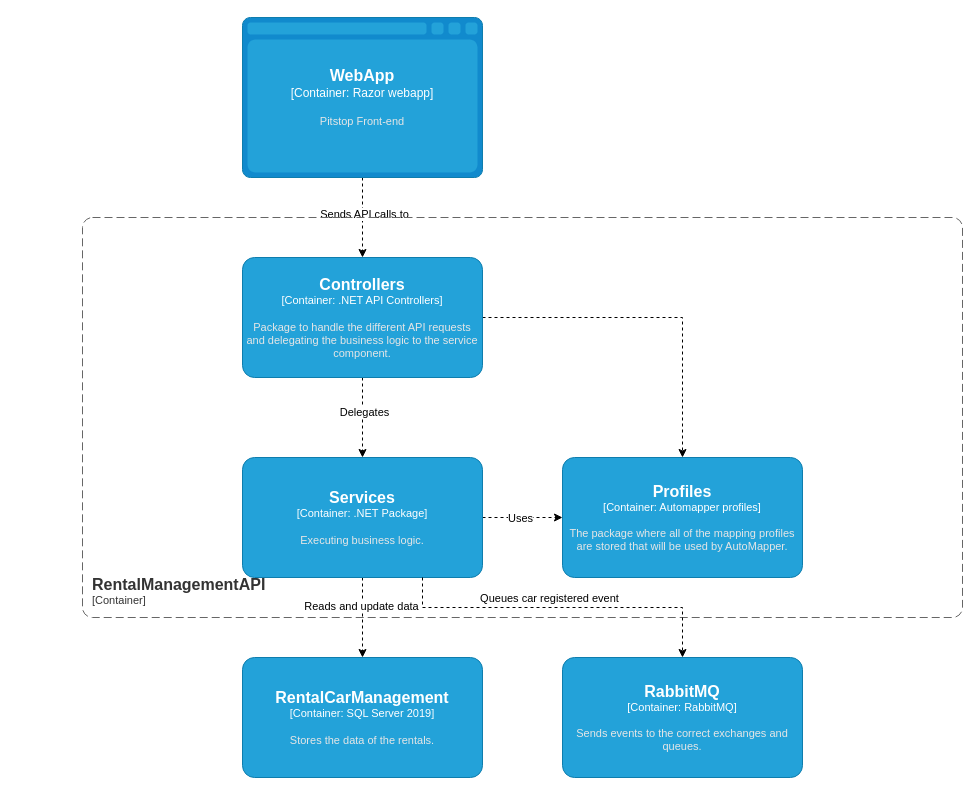
This is Docs/Models/Component diagram RentalCarManagementAPI.drawio from hanaim-devops/devops-bp-pitstop-uitbreiding-team-tbd, a draw.io file, before an edit. Source tidied: cells renumbered, new cells numbered last; positions are measured from the earlier drawing's top-left corner, leaving out a move shared by most shapes. Both pictures are drawn from the tidied source at 100%, with x=0, y=0 at pixel (82, 17).
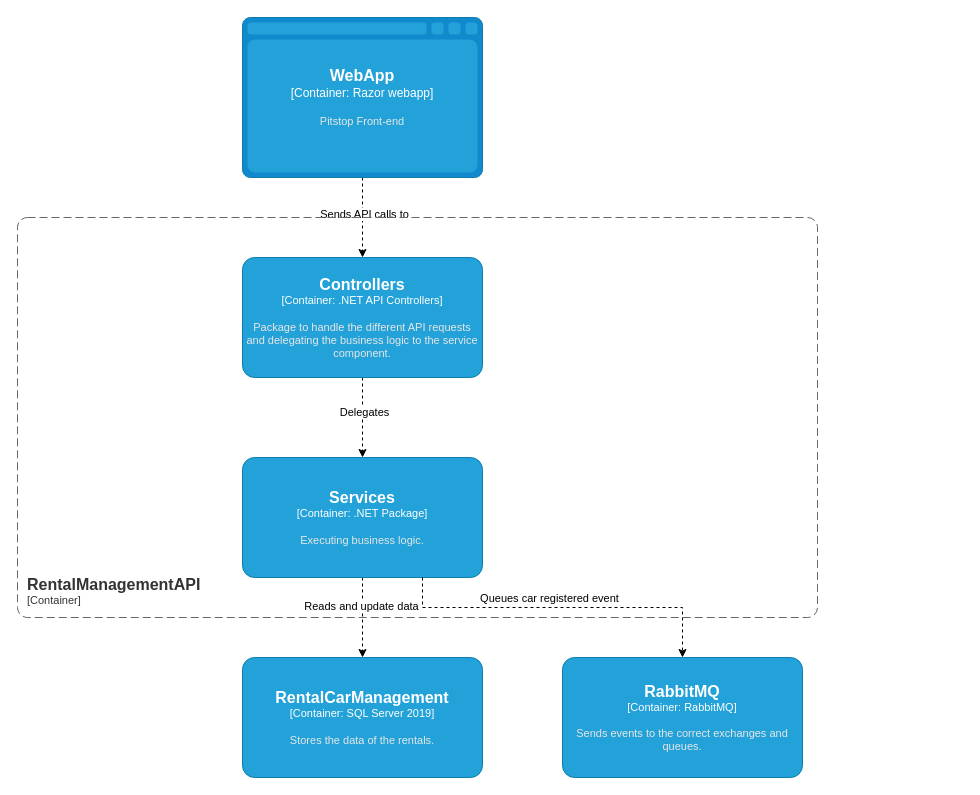
Above is the later version.

Commit message (it also covers changes not shown here):
Changed component diagrams.

The change refers to these unchanged cells:
```xml
<object id="8" label="&lt;font style=&quot;font-size: 16px&quot;&gt;&lt;b&gt;%c4Name%&lt;/b&gt;&lt;/font&gt;&lt;div&gt;[%c4Type%: %c4Technology%]&lt;/div&gt;&lt;br&gt;&lt;div&gt;&lt;font style=&quot;font-size: 11px&quot;&gt;&lt;font color=&quot;#E6E6E6&quot;&gt;%c4Description%&lt;/font&gt;&lt;/div&gt;" c4Description="Package to handle the different API requests and delegating the business logic to the service component." c4Name="Controllers" c4Technology=".NET API Controllers" c4Type="Container" placeholders="1">
  <mxCell style="rounded=1;whiteSpace=wrap;html=1;fontSize=11;labelBackgroundColor=none;fillColor=#23A2D9;fontColor=#ffffff;align=center;arcSize=10;strokeColor=#0E7DAD;points=[[0.25,0,0],[0.5,0,0],[0.75,0,0],[1,0.25,0],[1,0.5,0],[1,0.75,0],[0.75,1,0],[0.5,1,0],[0.25,1,0],[0,0.75,0],[0,0.5,0],[0,0.25,0]];" parent="1" vertex="1">
    <mxGeometry x="160" y="240" width="240" height="120" as="geometry" />
  </mxCell>
</object>
<object id="13" label="&lt;font style=&quot;font-size: 16px&quot;&gt;&lt;b&gt;%c4Name%&lt;/b&gt;&lt;/font&gt;&lt;div&gt;[%c4Type%: %c4Technology%]&lt;/div&gt;&lt;br&gt;&lt;div&gt;&lt;font style=&quot;font-size: 11px&quot;&gt;&lt;font color=&quot;#E6E6E6&quot;&gt;%c4Description%&lt;/font&gt;&lt;/div&gt;" c4Description="Executing business logic." c4Name="Services" c4Technology=".NET Package" c4Type="Container" placeholders="1">
  <mxCell style="rounded=1;whiteSpace=wrap;html=1;fontSize=11;labelBackgroundColor=none;fillColor=#23A2D9;fontColor=#ffffff;align=center;arcSize=10;strokeColor=#0E7DAD;points=[[0.25,0,0],[0.5,0,0],[0.75,0,0],[1,0.25,0],[1,0.5,0],[1,0.75,0],[0.75,1,0],[0.5,1,0],[0.25,1,0],[0,0.75,0],[0,0.5,0],[0,0.25,0]];" parent="1" vertex="1">
    <mxGeometry x="160" y="440" width="240" height="120" as="geometry" />
  </mxCell>
</object>
```

Diff of the diagram source:
```diff
@@
-    <mxCell id="7" style="edgeStyle=orthogonalEdgeStyle;rounded=0;jettySize=auto;html=1;dashed=1;" parent="1" edge="1" source="8" target="14">
-      <mxGeometry relative="1" as="geometry" />
-    </mxCell>
@@
-    <mxCell id="9" style="edgeStyle=orthogonalEdgeStyle;rounded=0;jettySize=auto;html=1;dashed=1;" parent="1" edge="1" source="13" target="14">
-      <mxGeometry relative="1" as="geometry" />
-    </mxCell>
-    <mxCell id="10" value="Uses" style="edgeLabel;html=1;align=center;verticalAlign=middle;" parent="9" vertex="1">
-      <mxGeometry x="-0.07" relative="1" as="geometry" />
-    </mxCell>
@@
-    <object id="14" label="&lt;font style=&quot;font-size: 16px&quot;&gt;&lt;b&gt;%c4Name%&lt;/b&gt;&lt;/font&gt;&lt;div&gt;[%c4Type%: %c4Technology%]&lt;/div&gt;&lt;br&gt;&lt;div&gt;&lt;font style=&quot;font-size: 11px&quot;&gt;&lt;font color=&quot;#E6E6E6&quot;&gt;%c4Description%&lt;/font&gt;&lt;/div&gt;" c4Description="The package where all of the mapping profiles are stored that will be used by AutoMapper." c4Name="Profiles" c4Technology="Automapper profiles" c4Type="Container" placeholders="1">
-      <mxCell style="rounded=1;whiteSpace=wrap;html=1;fontSize=11;labelBackgroundColor=none;fillColor=#23A2D9;fontColor=#ffffff;align=center;arcSize=10;strokeColor=#0E7DAD;points=[[0.25,0,0],[0.5,0,0],[0.75,0,0],[1,0.25,0],[1,0.5,0],[1,0.75,0],[0.75,1,0],[0.5,1,0],[0.25,1,0],[0,0.75,0],[0,0.5,0],[0,0.25,0]];" parent="1" vertex="1">
-        <mxGeometry x="480" y="440" width="240" height="120" as="geometry" />
-      </mxCell>
-    </object>
@@
     <object id="16" label="&lt;font style=&quot;font-size: 16px&quot;&gt;&lt;b&gt;&lt;div style=&quot;text-align: left&quot;&gt;%c4Name%&lt;/div&gt;&lt;/b&gt;&lt;/font&gt;&lt;div style=&quot;text-align: left&quot;&gt;[%c4Application%]&lt;/div&gt;" c4Application="Container" c4Name="RentalManagementAPI" placeholders="1">
       <mxCell style="rounded=1;fontSize=11;whiteSpace=wrap;html=1;dashed=1;arcSize=20;fillColor=none;strokeColor=#666666;fontColor=#333333;labelBackgroundColor=none;align=left;verticalAlign=bottom;labelBorderColor=none;spacingTop=0;spacing=10;dashPattern=8 4;perimeter=rectanglePerimeter;noLabel=0;labelPadding=0;absoluteArcSize=1;" parent="1" vertex="1">
-        <mxGeometry y="200" width="880" height="400" as="geometry" />
+        <mxGeometry x="-65" y="200" width="800" height="400" as="geometry" />
       </mxCell>
     </object>
```
